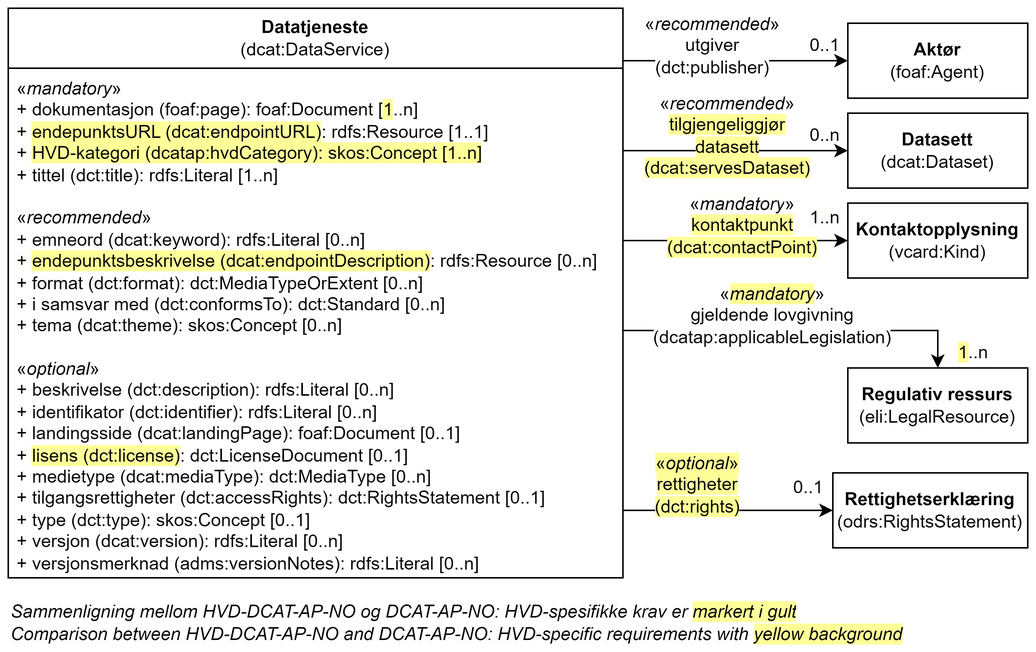
Before: docs/images/Klassen-Datatjeneste.png, a diagram exported from draw.io (Informasjonsforvaltning/hvd-dcat-ap-no). Source tidied: cells renumbered, new cells last; positions are measured from the earlier drawing's top-left corner, leaving out a move shared by most shapes.
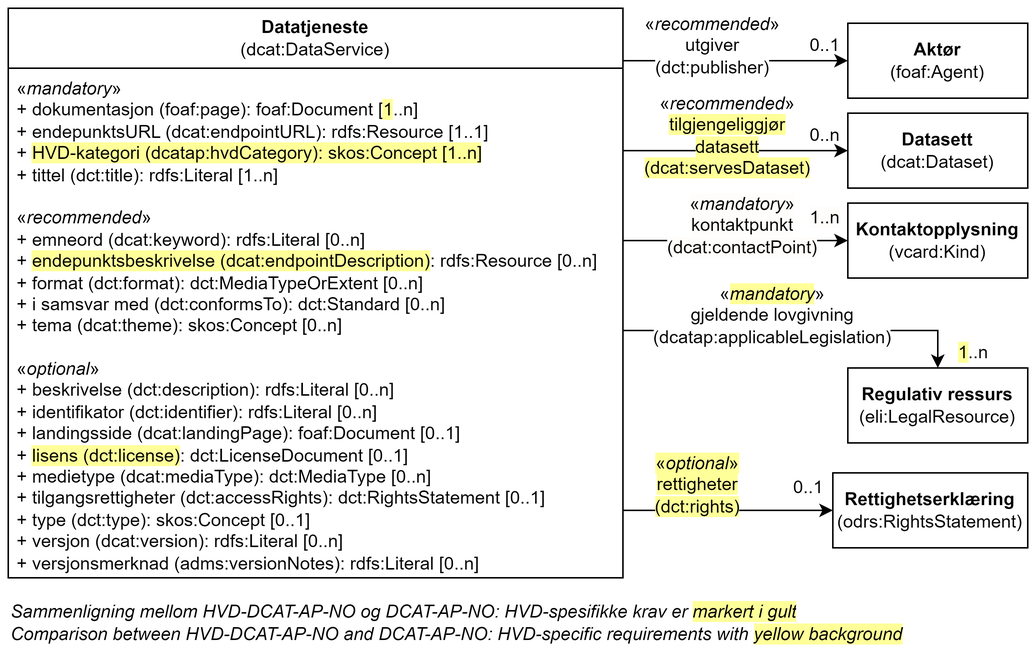
The same file after the commit.

Commit message:
Oppdaterer Datatjeneste

Change to the diagram source:
```diff
@@ -5,7 +5,7 @@
     <mxCell id="2" value="Datatjeneste&lt;br&gt;&lt;span style=&quot;font-weight: normal;&quot;&gt;(dcat:DataService)&lt;/span&gt;" style="swimlane;whiteSpace=wrap;html=1;startSize=40;" parent="1" vertex="1">
       <mxGeometry width="410" height="380" as="geometry" />
     </mxCell>
-    <mxCell id="3" value="«&lt;i style=&quot;&quot;&gt;mandatory&lt;/i&gt;»&lt;br&gt;&lt;div&gt;+&amp;nbsp;&lt;span style=&quot;border-color: var(--border-color);&quot;&gt;dokumentasjon (foaf:page): foaf:Document [&lt;span style=&quot;background-color: rgb(255, 255, 153);&quot;&gt;1&lt;/span&gt;..n]&lt;/span&gt;&lt;br&gt;&lt;/div&gt;&lt;div&gt;+ &lt;span style=&quot;background-color: rgb(255, 255, 153);&quot;&gt;endepunktsURL (dcat:endpointURL)&lt;/span&gt;: rdfs:Resource [1..1]&lt;/div&gt;&lt;div&gt;+&amp;nbsp;&lt;span style=&quot;background-color: rgb(255, 255, 153);&quot;&gt;HVD-kategori (dcatap:hvdCategory): skos:Concept [1..n]&lt;/span&gt;&lt;br&gt;&lt;/div&gt;&lt;div&gt;&lt;span style=&quot;background-color: initial;&quot;&gt;+ tittel (dct:title): rdfs:Literal [1..n]&lt;/span&gt;&lt;br&gt;&lt;/div&gt;&lt;div&gt;&lt;br&gt;&lt;/div&gt;&lt;div&gt;&lt;div style=&quot;border-color: var(--border-color);&quot;&gt;«&lt;i style=&quot;border-color: var(--border-color);&quot;&gt;recommended&lt;/i&gt;»&lt;/div&gt;&lt;div style=&quot;border-color: var(--border-color);&quot;&gt;&lt;span style=&quot;background-color: initial;&quot;&gt;+ emneord (dcat:keyword): rdfs:Literal [0..n]&lt;/span&gt;&lt;br&gt;&lt;/div&gt;&lt;div style=&quot;border-color: var(--border-color);&quot;&gt;+ &lt;span style=&quot;background-color: rgb(255, 255, 153);&quot;&gt;endepunktsbeskrivelse (dcat:endpointDescription)&lt;/span&gt;: rdfs:Resource [0..n]&lt;/div&gt;&lt;div style=&quot;border-color: var(--border-color);&quot;&gt;+ format (dct:format): dct:MediaTypeOrExtent [0..n]&lt;/div&gt;&lt;div style=&quot;border-color: var(--border-color);&quot;&gt;&lt;span style=&quot;background-color: initial;&quot;&gt;+ i samsvar med (dct:conformsTo): dct:Standard [0..n]&lt;/span&gt;&lt;br&gt;&lt;/div&gt;&lt;/div&gt;&lt;div style=&quot;border-color: var(--border-color);&quot;&gt;+ tema (dcat:theme): skos:Concept [0..n]&lt;br&gt;&lt;/div&gt;&lt;div style=&quot;border-color: var(--border-color);&quot;&gt;&lt;br&gt;&lt;/div&gt;&lt;div style=&quot;border-color: var(--border-color);&quot;&gt;&lt;div style=&quot;border-color: var(--border-color);&quot;&gt;«&lt;i style=&quot;border-color: var(--border-color);&quot;&gt;optional&lt;/i&gt;»&lt;/div&gt;&lt;div style=&quot;border-color: var(--border-color);&quot;&gt;+ beskrivelse (dct:description): rdfs:Literal [0..n]&lt;/div&gt;&lt;div&gt;+ identifikator (dct:identifier): rdfs:Literal [0..n]&lt;/div&gt;&lt;div style=&quot;border-color: var(--border-color);&quot;&gt;&lt;span style=&quot;background-color: initial;&quot;&gt;+ landingsside (dcat:landingPage): foaf:Document [0..1]&lt;/span&gt;&lt;br&gt;&lt;/div&gt;&lt;div style=&quot;border-color: var(--border-color);&quot;&gt;+ &lt;span style=&quot;background-color: rgb(255, 255, 153);&quot;&gt;lisens (dct:license)&lt;/span&gt;: dct:LicenseDocument [0..1]&lt;/div&gt;&lt;div style=&quot;border-color: var(--border-color);&quot;&gt;&lt;span style=&quot;border-color: var(--border-color);&quot;&gt;+&lt;span style=&quot;border-color: var(--border-color);&quot;&gt;&amp;nbsp;medietype (dcat:mediaType): dct:MediaType [0..n]&lt;/span&gt;&lt;/span&gt;&lt;/div&gt;&lt;div style=&quot;border-color: var(--border-color);&quot;&gt;+ tilgangsrettigheter (dct:accessRights): dct:RightsStatement [0..1]&lt;/div&gt;&lt;div style=&quot;border-color: var(--border-color);&quot;&gt;&lt;span style=&quot;border-color: var(--border-color);&quot;&gt;+&amp;nbsp;&lt;span style=&quot;border-color: var(--border-color);&quot;&gt;type (dct:type): skos:Concept [0..1]&lt;/span&gt;&lt;/span&gt;&lt;/div&gt;&lt;div style=&quot;border-color: var(--border-color);&quot;&gt;+ versjon (dcat:version): rdfs:Literal [0..n]&lt;br style=&quot;border-color: var(--border-color);&quot;&gt;+ versjonsmerknad (adms:versionNotes): rdfs:Literal [0..n]&lt;br&gt;&lt;/div&gt;&lt;/div&gt;" style="text;strokeColor=none;fillColor=none;align=left;verticalAlign=top;spacingLeft=4;spacingRight=4;overflow=hidden;whiteSpace=wrap;html=1;fontStyle=0;" parent="2" vertex="1">
+    <mxCell id="3" value="«&lt;i style=&quot;&quot;&gt;mandatory&lt;/i&gt;»&lt;br&gt;&lt;div&gt;+&amp;nbsp;&lt;span style=&quot;border-color: var(--border-color);&quot;&gt;dokumentasjon (foaf:page): foaf:Document [&lt;span style=&quot;background-color: rgb(255, 255, 153);&quot;&gt;1&lt;/span&gt;..n]&lt;/span&gt;&lt;br&gt;&lt;/div&gt;&lt;div&gt;+ endepunktsURL (dcat:endpointURL): rdfs:Resource [1..1]&lt;/div&gt;&lt;div&gt;+&amp;nbsp;&lt;span style=&quot;background-color: rgb(255, 255, 153);&quot;&gt;HVD-kategori (dcatap:hvdCategory): skos:Concept [1..n]&lt;/span&gt;&lt;br&gt;&lt;/div&gt;&lt;div&gt;&lt;span style=&quot;background-color: initial;&quot;&gt;+ tittel (dct:title): rdfs:Literal [1..n]&lt;/span&gt;&lt;br&gt;&lt;/div&gt;&lt;div&gt;&lt;br&gt;&lt;/div&gt;&lt;div&gt;&lt;div style=&quot;border-color: var(--border-color);&quot;&gt;«&lt;i style=&quot;border-color: var(--border-color);&quot;&gt;recommended&lt;/i&gt;»&lt;/div&gt;&lt;div style=&quot;border-color: var(--border-color);&quot;&gt;&lt;span style=&quot;background-color: initial;&quot;&gt;+ emneord (dcat:keyword): rdfs:Literal [0..n]&lt;/span&gt;&lt;br&gt;&lt;/div&gt;&lt;div style=&quot;border-color: var(--border-color);&quot;&gt;+ &lt;span style=&quot;background-color: rgb(255, 255, 153);&quot;&gt;endepunktsbeskrivelse (dcat:endpointDescription)&lt;/span&gt;: rdfs:Resource [0..n]&lt;/div&gt;&lt;div style=&quot;border-color: var(--border-color);&quot;&gt;+ format (dct:format): dct:MediaTypeOrExtent [0..n]&lt;/div&gt;&lt;div style=&quot;border-color: var(--border-color);&quot;&gt;&lt;span style=&quot;background-color: initial;&quot;&gt;+ i samsvar med (dct:conformsTo): dct:Standard [0..n]&lt;/span&gt;&lt;br&gt;&lt;/div&gt;&lt;/div&gt;&lt;div style=&quot;border-color: var(--border-color);&quot;&gt;+ tema (dcat:theme): skos:Concept [0..n]&lt;br&gt;&lt;/div&gt;&lt;div style=&quot;border-color: var(--border-color);&quot;&gt;&lt;br&gt;&lt;/div&gt;&lt;div style=&quot;border-color: var(--border-color);&quot;&gt;&lt;div style=&quot;border-color: var(--border-color);&quot;&gt;«&lt;i style=&quot;border-color: var(--border-color);&quot;&gt;optional&lt;/i&gt;»&lt;/div&gt;&lt;div style=&quot;border-color: var(--border-color);&quot;&gt;+ beskrivelse (dct:description): rdfs:Literal [0..n]&lt;/div&gt;&lt;div&gt;+ identifikator (dct:identifier): rdfs:Literal [0..n]&lt;/div&gt;&lt;div style=&quot;border-color: var(--border-color);&quot;&gt;&lt;span style=&quot;background-color: initial;&quot;&gt;+ landingsside (dcat:landingPage): foaf:Document [0..1]&lt;/span&gt;&lt;br&gt;&lt;/div&gt;&lt;div style=&quot;border-color: var(--border-color);&quot;&gt;+ &lt;span style=&quot;background-color: rgb(255, 255, 153);&quot;&gt;lisens (dct:license)&lt;/span&gt;: dct:LicenseDocument [0..1]&lt;/div&gt;&lt;div style=&quot;border-color: var(--border-color);&quot;&gt;&lt;span style=&quot;border-color: var(--border-color);&quot;&gt;+&lt;span style=&quot;border-color: var(--border-color);&quot;&gt;&amp;nbsp;medietype (dcat:mediaType): dct:MediaType [0..n]&lt;/span&gt;&lt;/span&gt;&lt;/div&gt;&lt;div style=&quot;border-color: var(--border-color);&quot;&gt;+ tilgangsrettigheter (dct:accessRights): dct:RightsStatement [0..1]&lt;/div&gt;&lt;div style=&quot;border-color: var(--border-color);&quot;&gt;&lt;span style=&quot;border-color: var(--border-color);&quot;&gt;+&amp;nbsp;&lt;span style=&quot;border-color: var(--border-color);&quot;&gt;type (dct:type): skos:Concept [0..1]&lt;/span&gt;&lt;/span&gt;&lt;/div&gt;&lt;div style=&quot;border-color: var(--border-color);&quot;&gt;+ versjon (dcat:version): rdfs:Literal [0..n]&lt;br style=&quot;border-color: var(--border-color);&quot;&gt;+ versjonsmerknad (adms:versionNotes): rdfs:Literal [0..n]&lt;br&gt;&lt;/div&gt;&lt;/div&gt;" style="text;strokeColor=none;fillColor=none;align=left;verticalAlign=top;spacingLeft=4;spacingRight=4;overflow=hidden;whiteSpace=wrap;html=1;fontStyle=0;" parent="2" vertex="1">
       <mxGeometry y="40" width="400" height="340" as="geometry" />
     </mxCell>
     <mxCell id="4" value="&lt;b&gt;Aktør&lt;br&gt;&lt;/b&gt;(foaf:Agent)" style="rounded=0;whiteSpace=wrap;html=1;" parent="1" vertex="1">
@@ -44,7 +44,7 @@
         <mxPoint x="410" y="155" as="sourcePoint" />
       </mxGeometry>
     </mxCell>
-    <mxCell id="14" value="&lt;span style=&quot;background-color: rgb(255, 255, 255);&quot;&gt;«&lt;/span&gt;&lt;i style=&quot;border-color: var(--border-color); text-align: left; background-color: rgb(254, 253, 251);&quot;&gt;mandatory&lt;/i&gt;&lt;span style=&quot;background-color: rgb(255, 255, 255); text-align: left;&quot;&gt;»&lt;br&gt;&lt;/span&gt;&lt;span style=&quot;background-color: rgb(255, 255, 153);&quot;&gt;kontaktpunkt&lt;br&gt;(dcat:contactPoint)&lt;/span&gt;" style="text;html=1;strokeColor=none;fillColor=none;align=center;verticalAlign=middle;whiteSpace=wrap;rounded=0;" parent="1" vertex="1">
+    <mxCell id="14" value="&lt;span style=&quot;background-color: rgb(254, 253, 251);&quot;&gt;«&lt;i style=&quot;border-color: var(--border-color); text-align: left;&quot;&gt;mandatory&lt;/i&gt;&lt;span style=&quot;text-align: left;&quot;&gt;»&lt;br&gt;&lt;/span&gt;kontaktpunkt&lt;br&gt;(dcat:contactPoint)&lt;/span&gt;" style="text;html=1;strokeColor=none;fillColor=none;align=center;verticalAlign=middle;whiteSpace=wrap;rounded=0;" parent="1" vertex="1">
       <mxGeometry x="460" y="130" width="60" height="30" as="geometry" />
     </mxCell>
     <mxCell id="15" value="&lt;span style=&quot;background-color: rgb(254, 253, 251);&quot;&gt;1..n&lt;/span&gt;" style="text;html=1;strokeColor=none;fillColor=none;align=center;verticalAlign=middle;whiteSpace=wrap;rounded=0;" parent="1" vertex="1">
```
